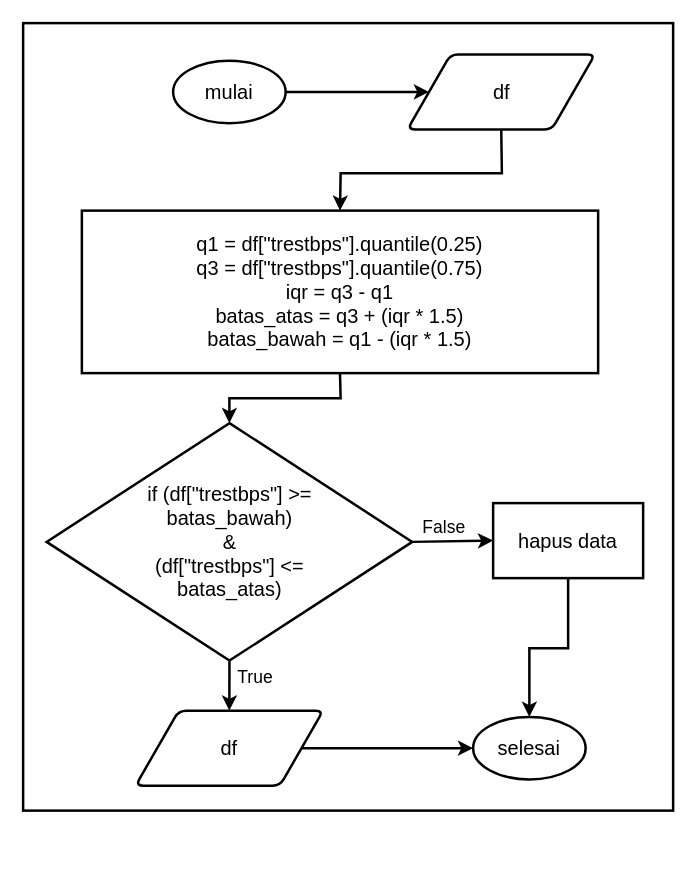
Above: Images/flowchart_menghapus_outlier.drawio in rshby/skripsi (draw.io), before the change. Source tidied: cells renumbered, new cells numbered last; positions are measured from the earlier drawing's top-left corner, leaving out a move shared by most shapes. Both pictures are drawn from the tidied source at 125%, with x=0, y=0 at pixel (22, 22).
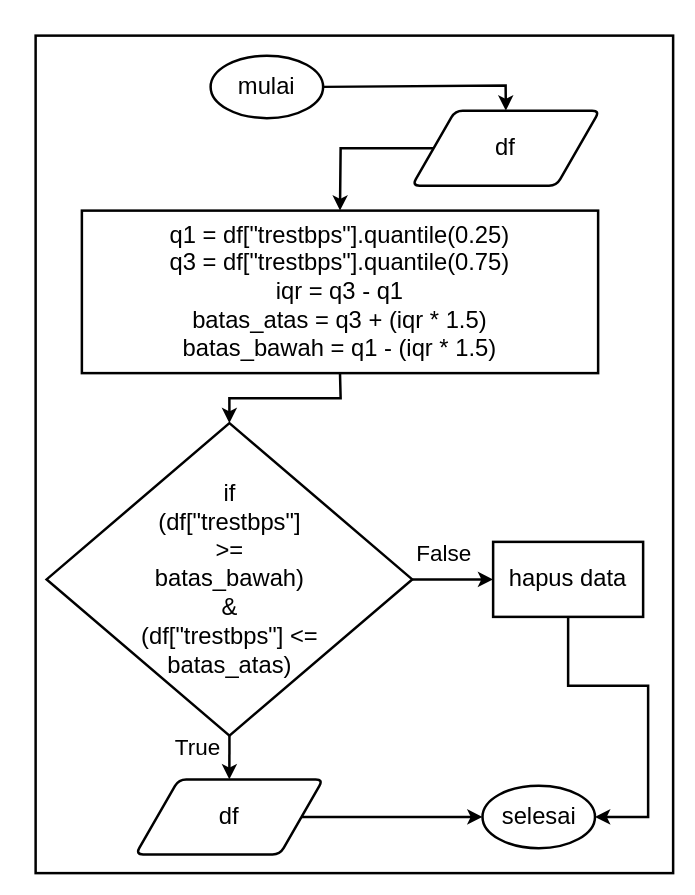
The same diagram, later.

Change to the diagram source:
```diff
@@
-    <mxCell id="2" style="group;" parent="1" vertex="1">
-      <mxGeometry width="520" height="630" as="geometry" />
-    </mxCell>
-    <mxCell id="3" style="rounded=0;whiteSpace=wrap;html=1;strokeWidth=2;" parent="2" vertex="1">
-      <mxGeometry width="520" height="630" as="geometry" />
-    </mxCell>
+    <mxCell id="20" style="group;" parent="1" vertex="1">
+      <mxGeometry x="10" y="10" width="510" height="670" as="geometry" />
+    </mxCell>
+    <mxCell id="21" style="rounded=0;whiteSpace=wrap;html=1;fontSize=18;strokeWidth=2;" parent="20" vertex="1">
+      <mxGeometry width="510" height="670" as="geometry" />
+    </mxCell>
-    <mxCell id="4" value="&lt;font style=&quot;font-size: 16px&quot;&gt;mulai&lt;/font&gt;" style="strokeWidth=2;html=1;shape=mxgraph.flowchart.start_1;whiteSpace=wrap;" parent="2" vertex="1">
-      <mxGeometry x="120" y="30" width="90" height="50" as="geometry" />
+    <mxCell id="4" value="&lt;font style=&quot;font-size: 19px&quot;&gt;mulai&lt;/font&gt;" style="strokeWidth=2;html=1;shape=mxgraph.flowchart.start_1;whiteSpace=wrap;" parent="20" vertex="1">
+      <mxGeometry x="140" y="16" width="90" height="50" as="geometry" />
     </mxCell>
-    <mxCell id="5" value="&lt;font style=&quot;font-size: 16px&quot;&gt;df&lt;/font&gt;" style="shape=parallelogram;html=1;strokeWidth=2;perimeter=parallelogramPerimeter;whiteSpace=wrap;rounded=1;arcSize=12;size=0.23;" parent="2" vertex="1">
-      <mxGeometry x="307.5" y="25" width="150" height="60" as="geometry" />
+    <mxCell id="5" value="&lt;font style=&quot;font-size: 19px&quot;&gt;df&lt;/font&gt;" style="shape=parallelogram;html=1;strokeWidth=2;perimeter=parallelogramPerimeter;whiteSpace=wrap;rounded=1;arcSize=12;size=0.23;" parent="20" vertex="1">
+      <mxGeometry x="301.2" y="60" width="150" height="60" as="geometry" />
     </mxCell>
-    <mxCell id="6" style="endArrow=classic;html=1;strokeWidth=2;exitX=1;exitY=0.5;exitDx=0;exitDy=0;exitPerimeter=0;entryX=0;entryY=0.5;entryDx=0;entryDy=0;" parent="2" edge="1" source="4" target="5">
-      <mxGeometry x="20" as="geometry" />
-    </mxCell>
-    <mxCell id="7" value="&lt;span style=&quot;font-size: 16px&quot;&gt;selesai&lt;/span&gt;" style="strokeWidth=2;html=1;shape=mxgraph.flowchart.start_1;whiteSpace=wrap;" parent="2" vertex="1">
-      <mxGeometry x="360" y="555" width="90" height="50" as="geometry" />
+    <mxCell id="7" value="&lt;font style=&quot;font-size: 19px&quot;&gt;selesai&lt;/font&gt;" style="strokeWidth=2;html=1;shape=mxgraph.flowchart.start_1;whiteSpace=wrap;" parent="20" vertex="1">
+      <mxGeometry x="357.5" y="600" width="90" height="50" as="geometry" />
     </mxCell>
-    <mxCell id="8" value="&lt;font style=&quot;font-size: 16px&quot;&gt;df&lt;/font&gt;" style="shape=parallelogram;html=1;strokeWidth=2;perimeter=parallelogramPerimeter;whiteSpace=wrap;rounded=1;arcSize=12;size=0.23;" parent="2" vertex="1">
-      <mxGeometry x="90" y="550" width="150" height="60" as="geometry" />
+    <mxCell id="8" value="&lt;font style=&quot;font-size: 19px&quot;&gt;df&lt;/font&gt;" style="shape=parallelogram;html=1;strokeWidth=2;perimeter=parallelogramPerimeter;whiteSpace=wrap;rounded=1;arcSize=12;size=0.23;" parent="20" vertex="1">
+      <mxGeometry x="80" y="595" width="150" height="60" as="geometry" />
     </mxCell>
-    <mxCell id="9" style="endArrow=classic;html=1;exitX=1;exitY=0.5;exitDx=0;exitDy=0;entryX=0;entryY=0.5;entryDx=0;entryDy=0;entryPerimeter=0;strokeWidth=2;" parent="2" edge="1" source="8" target="7">
-      <mxGeometry x="20" as="geometry" />
+    <mxCell id="9" style="endArrow=classic;html=1;exitX=1;exitY=0.5;exitDx=0;exitDy=0;entryX=0;entryY=0.5;entryDx=0;entryDy=0;entryPerimeter=0;strokeWidth=2;" parent="20" edge="1" source="8" target="7">
+      <mxGeometry x="10" y="-10" as="geometry" />
     </mxCell>
-    <mxCell id="10" value="&lt;font style=&quot;font-size: 16px&quot;&gt;if (df[&quot;trestbps&quot;] &amp;gt;= &lt;br&gt;batas_bawah)&lt;br&gt;&amp;amp;&lt;br&gt;(df[&quot;trestbps&quot;] &amp;lt;= &lt;br&gt;batas_atas)&lt;/font&gt;" style="rhombus;whiteSpace=wrap;html=1;strokeWidth=2;" parent="2" vertex="1">
-      <mxGeometry x="18.8" y="320" width="292.5" height="190" as="geometry" />
+    <mxCell id="10" value="&lt;font style=&quot;font-size: 19px&quot;&gt;if &lt;br&gt;(df[&quot;trestbps&quot;] &lt;br&gt;&amp;gt;= &lt;br&gt;batas_bawah)&lt;br&gt;&amp;amp;&lt;br&gt;(df[&quot;trestbps&quot;] &amp;lt;= &lt;br&gt;batas_atas)&lt;/font&gt;" style="rhombus;whiteSpace=wrap;html=1;strokeWidth=2;" parent="20" vertex="1">
+      <mxGeometry x="8.8" y="310" width="292.5" height="250" as="geometry" />
     </mxCell>
-    <mxCell id="11" style="endArrow=classic;html=1;strokeWidth=2;exitX=0.5;exitY=1;exitDx=0;exitDy=0;entryX=0.5;entryY=0;entryDx=0;entryDy=0;" parent="2" edge="1" source="10" target="8">
-      <mxGeometry x="20" as="geometry" />
+    <mxCell id="11" style="endArrow=classic;html=1;strokeWidth=2;exitX=0.5;exitY=1;exitDx=0;exitDy=0;entryX=0.5;entryY=0;entryDx=0;entryDy=0;" parent="20" edge="1" source="10" target="8">
+      <mxGeometry x="10" y="-10" as="geometry" />
     </mxCell>
-    <mxCell id="12" style="endArrow=classic;html=1;strokeWidth=2;exitX=0.5;exitY=1;exitDx=0;exitDy=0;entryX=0.5;entryY=0;entryDx=0;entryDy=0;rounded=0;" parent="2" edge="1" source="5" target="19">
-      <mxGeometry x="20" as="geometry">
-        <Array as="points">
-          <mxPoint x="383" y="120" />
-          <mxPoint x="254" y="120" />
-        </Array>
-      </mxGeometry>
-    </mxCell>
-    <mxCell id="13" value="&lt;font style=&quot;font-size: 16px&quot;&gt;hapus data&lt;/font&gt;" style="rounded=0;whiteSpace=wrap;html=1;strokeWidth=2;" parent="2" vertex="1">
-      <mxGeometry x="376" y="384" width="120" height="60" as="geometry" />
+    <mxCell id="13" value="&lt;font style=&quot;font-size: 19px&quot;&gt;hapus data&lt;/font&gt;" style="rounded=0;whiteSpace=wrap;html=1;strokeWidth=2;" parent="20" vertex="1">
+      <mxGeometry x="366" y="405" width="120" height="60" as="geometry" />
     </mxCell>
-    <mxCell id="14" style="endArrow=classic;html=1;strokeWidth=2;exitX=1;exitY=0.5;exitDx=0;exitDy=0;entryX=0;entryY=0.5;entryDx=0;entryDy=0;" parent="2" edge="1" source="10" target="13">
-      <mxGeometry x="20" as="geometry" />
+    <mxCell id="14" style="endArrow=classic;html=1;strokeWidth=2;exitX=1;exitY=0.5;exitDx=0;exitDy=0;entryX=0;entryY=0.5;entryDx=0;entryDy=0;" parent="20" edge="1" source="10" target="13">
+      <mxGeometry x="10" y="-10" as="geometry" />
     </mxCell>
-    <mxCell id="15" style="endArrow=classic;html=1;strokeWidth=2;exitX=0.5;exitY=1;exitDx=0;exitDy=0;entryX=0.5;entryY=0;entryDx=0;entryDy=0;entryPerimeter=0;rounded=0;" parent="2" edge="1" source="13" target="7">
-      <mxGeometry x="20" as="geometry">
-        <Array as="points">
-          <mxPoint x="436" y="500" />
-          <mxPoint x="405" y="500" />
-        </Array>
-      </mxGeometry>
-    </mxCell>
-    <mxCell id="16" value="&lt;font style=&quot;font-size: 14px&quot;&gt;False&lt;/font&gt;" style="text;html=1;strokeColor=none;fillColor=none;align=center;verticalAlign=middle;whiteSpace=wrap;rounded=0;" parent="2" vertex="1">
-      <mxGeometry x="317" y="393" width="40" height="20" as="geometry" />
+    <mxCell id="16" value="&lt;font style=&quot;font-size: 18px&quot;&gt;False&lt;/font&gt;" style="text;html=1;strokeColor=none;fillColor=none;align=center;verticalAlign=middle;whiteSpace=wrap;rounded=0;" parent="20" vertex="1">
+      <mxGeometry x="307" y="405" width="40" height="20" as="geometry" />
     </mxCell>
-    <mxCell id="17" value="&lt;font style=&quot;font-size: 14px&quot;&gt;True&lt;/font&gt;" style="text;html=1;strokeColor=none;fillColor=none;align=center;verticalAlign=middle;whiteSpace=wrap;rounded=0;" parent="2" vertex="1">
-      <mxGeometry x="166" y="513" width="40" height="20" as="geometry" />
+    <mxCell id="17" value="&lt;font style=&quot;font-size: 18px&quot;&gt;True&lt;/font&gt;" style="text;html=1;strokeColor=none;fillColor=none;align=center;verticalAlign=middle;whiteSpace=wrap;rounded=0;" parent="20" vertex="1">
+      <mxGeometry x="110" y="560" width="40" height="20" as="geometry" />
     </mxCell>
-    <mxCell id="18" style="endArrow=classic;html=1;strokeWidth=2;exitX=0.5;exitY=1;exitDx=0;exitDy=0;entryX=0.5;entryY=0;entryDx=0;entryDy=0;rounded=0;" parent="2" edge="1" source="19" target="10">
-      <mxGeometry as="geometry">
+    <mxCell id="18" style="endArrow=classic;html=1;strokeWidth=2;exitX=0.5;exitY=1;exitDx=0;exitDy=0;entryX=0.5;entryY=0;entryDx=0;entryDy=0;rounded=0;" parent="20" edge="1" source="19" target="10">
+      <mxGeometry x="-10" y="-10" as="geometry">
         <Array as="points">
-          <mxPoint x="254" y="300" />
-          <mxPoint x="165" y="300" />
+          <mxPoint x="244" y="290" />
+          <mxPoint x="155" y="290" />
         </Array>
       </mxGeometry>
     </mxCell>
-    <mxCell id="19" value="&lt;font style=&quot;font-size: 16px&quot;&gt;q1 = df[&quot;trestbps&quot;].quantile(0.25)&lt;br&gt;q3 = df[&quot;trestbps&quot;].quantile(0.75)&lt;br&gt;iqr = q3 - q1&lt;br&gt;batas_atas = q3 + (iqr * 1.5)&lt;br&gt;batas_bawah = q1 - (iqr * 1.5)&lt;br&gt;&lt;/font&gt;" style="rounded=0;whiteSpace=wrap;html=1;strokeWidth=2;" parent="2" vertex="1">
-      <mxGeometry x="47" y="150" width="413" height="130" as="geometry" />
+    <mxCell id="19" value="&lt;font style=&quot;font-size: 19px&quot;&gt;q1 = df[&quot;trestbps&quot;].quantile(0.25)&lt;br&gt;q3 = df[&quot;trestbps&quot;].quantile(0.75)&lt;br&gt;iqr = q3 - q1&lt;br&gt;batas_atas = q3 + (iqr * 1.5)&lt;br&gt;batas_bawah = q1 - (iqr * 1.5)&lt;br&gt;&lt;/font&gt;" style="rounded=0;whiteSpace=wrap;html=1;strokeWidth=2;" parent="20" vertex="1">
+      <mxGeometry x="37" y="140" width="413" height="130" as="geometry" />
     </mxCell>
+    <mxCell id="15" style="endArrow=classic;html=1;rounded=0;fontSize=19;exitX=0.5;exitY=1;exitDx=0;exitDy=0;entryX=1;entryY=0.5;entryDx=0;entryDy=0;entryPerimeter=0;strokeWidth=2;" parent="20" edge="1" source="13" target="7">
+      <mxGeometry relative="1" as="geometry">
+        <Array as="points">
+          <mxPoint x="426" y="520" />
+          <mxPoint x="490" y="520" />
+          <mxPoint x="490" y="625" />
+        </Array>
+      </mxGeometry>
+    </mxCell>
+    <mxCell id="12" style="endArrow=classic;html=1;rounded=0;fontSize=19;strokeWidth=2;exitX=0;exitY=0.5;exitDx=0;exitDy=0;entryX=0.5;entryY=0;entryDx=0;entryDy=0;" parent="20" edge="1" source="5" target="19">
+      <mxGeometry relative="1" as="geometry">
+        <Array as="points">
+          <mxPoint x="244" y="90" />
+        </Array>
+      </mxGeometry>
+    </mxCell>
+    <mxCell id="6" style="endArrow=classic;html=1;rounded=0;fontSize=19;strokeWidth=2;exitX=1;exitY=0.5;exitDx=0;exitDy=0;exitPerimeter=0;entryX=0.5;entryY=0;entryDx=0;entryDy=0;" parent="20" edge="1" source="4" target="5">
+      <mxGeometry relative="1" as="geometry">
+        <Array as="points">
+          <mxPoint x="376" y="40" />
+        </Array>
+      </mxGeometry>
+    </mxCell>
```
